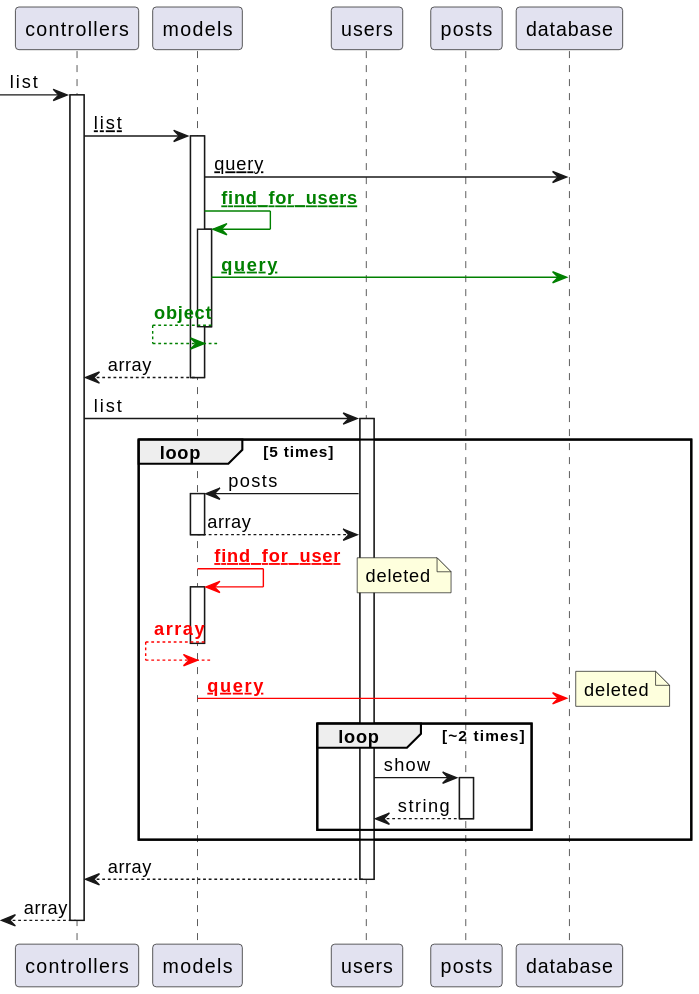
Earlier version of the PlantUML export packages/sequence-diagram/tests/fixtures/sequenceDiagrams/listVsListWithPrefetch.sequence.svg (getappmap/appmap-js). Its diagram source:
```plantuml
@startuml
participant controllers as "controllers"
participant models as "models"
participant users as "users"
participant posts as "posts"
participant database as "database"
  [->controllers: list
  activate controllers
    controllers->models: <u>list</u>
    activate models
      models->database: <u>query</u>
      models-[#green]>models: <b><color:green><u>find_for_users</u></color></b>
      activate models
        models-[#green]>database: <b><color:green><u>query</u></color></b>
      models<[#green]--models: <b><color:green>object</color></b>
      deactivate models
    controllers<--models: array
    deactivate models
    controllers->users: list
    activate users
      Loop 5 times
        users->models: posts
        activate models
        users<--models: array
        deactivate models
        models-[#red]>models: <b><color:red><u>find_for_user</u></color></b>
        Note right
deleted
        End note
        activate models
        models<[#red]--models: <b><color:red>array</color></b>
        deactivate models
        models-[#red]>database: <b><color:red><u>query</u></color></b>
        Note right
deleted
        End note
        Loop ~2 times
          users->posts: show
          activate posts
          users<--posts: string
          deactivate posts
        End
      End
    controllers<--users: array
    deactivate users
  [<--controllers: array
  deactivate controllers
@enduml
```
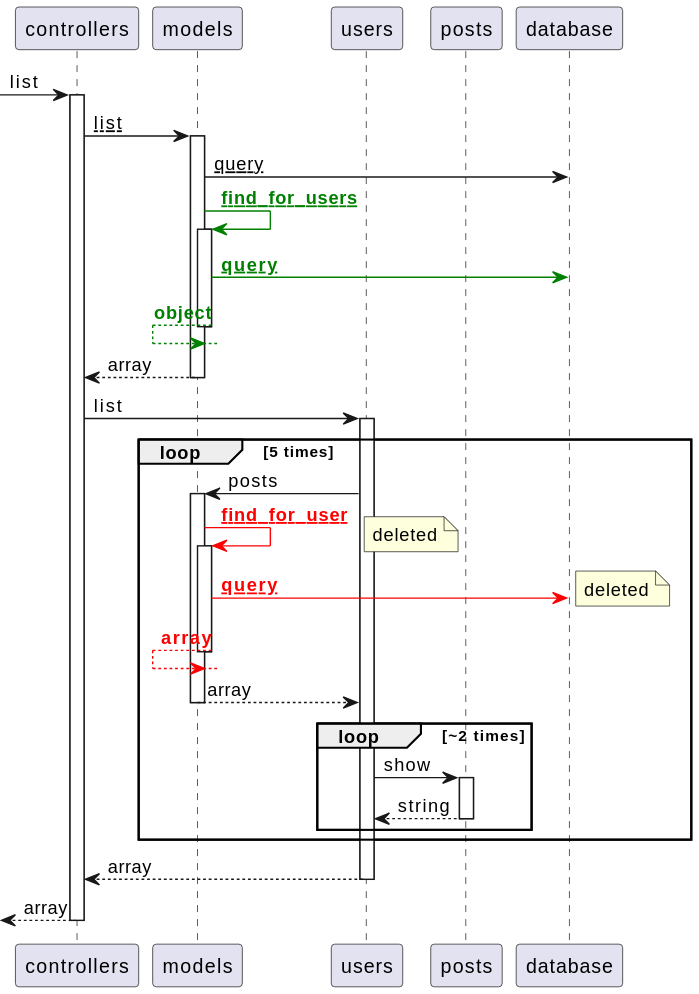
The same file after the commit.

Commit message:
fix: Fix seq diagram diff output

Diff of the diagram source:
```diff
@@ -21,19 +21,19 @@
       Loop 5 times
         users->models: posts
         activate models
+          models-[#red]>models: <b><color:red><u>find_for_user</u></color></b>
+          Note right
+deleted
+          End note
+          activate models
+            models-[#red]>database: <b><color:red><u>query</u></color></b>
+            Note right
+deleted
+            End note
+          models<[#red]--models: <b><color:red>array</color></b>
+          deactivate models
         users<--models: array
         deactivate models
-        models-[#red]>models: <b><color:red><u>find_for_user</u></color></b>
-        Note right
-deleted
-        End note
-        activate models
-        models<[#red]--models: <b><color:red>array</color></b>
-        deactivate models
-        models-[#red]>database: <b><color:red><u>query</u></color></b>
-        Note right
-deleted
-        End note
         Loop ~2 times
           users->posts: show
           activate posts
```
